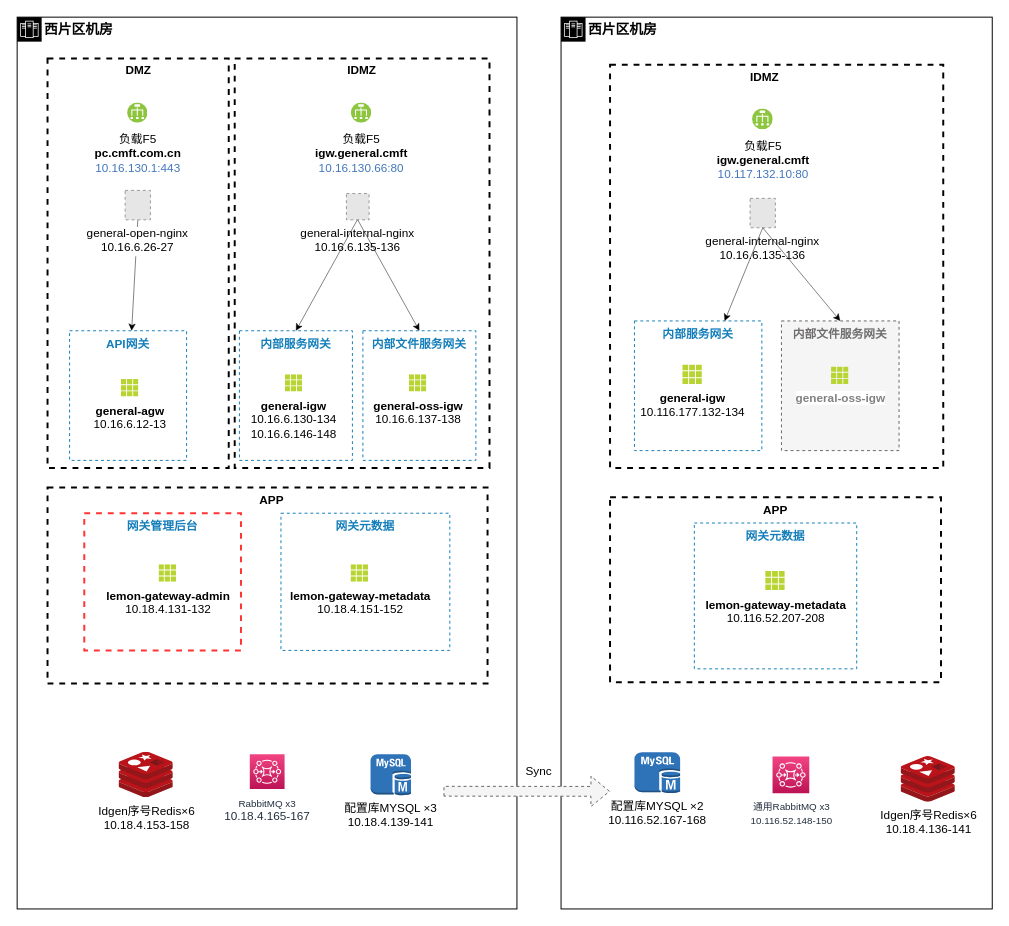
The draw.io diagram page "规划部署图" (2 of 2) of drawio/通用中台网关现状.drawio in hezhuma/image-repo, before the edit. Source tidied: cells renumbered, new cells numbered last; positions are measured from the earlier drawing's top-left corner, leaving out a move shared by most shapes. Both pictures are drawn from the tidied source at 98%, with x=0, y=0 at pixel (17, 17). Pictures stored in the file or linked from it are replaced by grey dashed boxes.
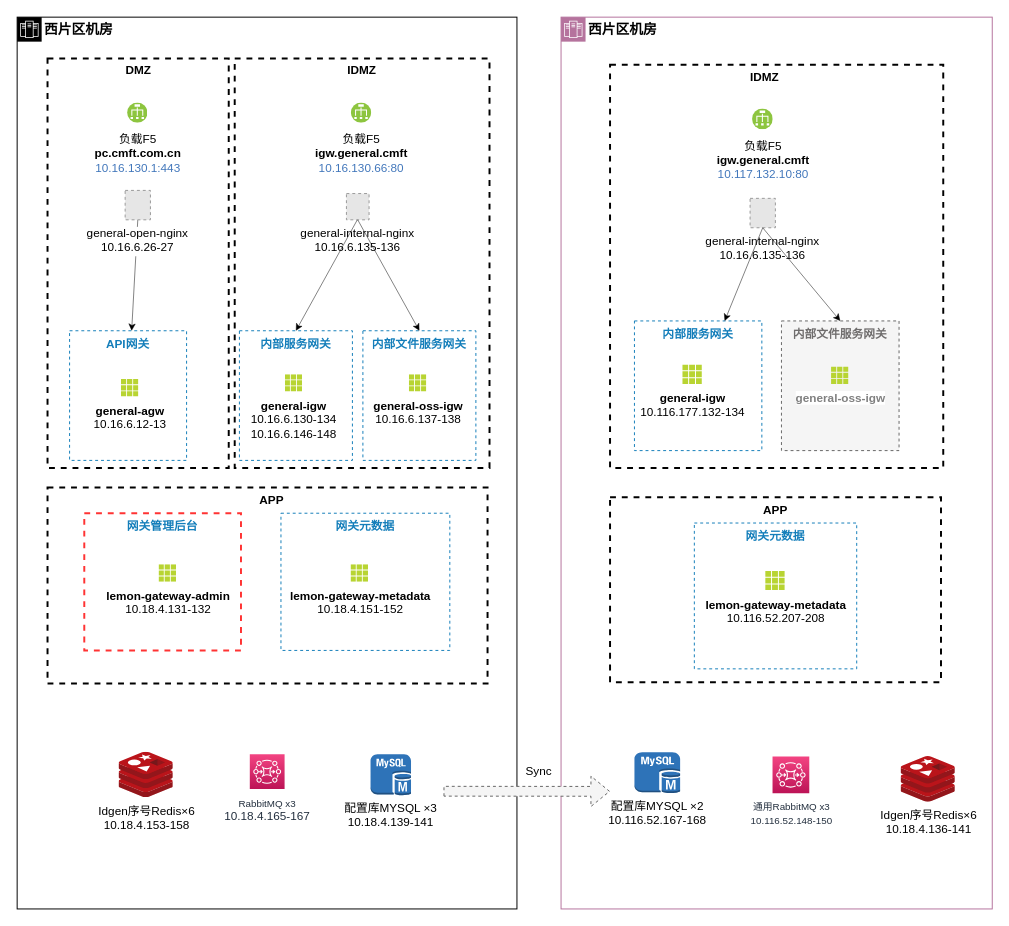
The same diagram, later.

Change to the diagram source:
```diff
@@
-    <mxCell id="2" value="&lt;b&gt;西片区机房&lt;/b&gt;" style="shape=mxgraph.ibm.box;prType=zone;fontStyle=0;verticalAlign=top;align=left;spacingLeft=32;spacingTop=4;rounded=0;whiteSpace=wrap;html=1;strokeWidth=1;dashed=0;spacing=-4;fontSize=14;" parent="1" vertex="1">
+    <mxCell id="2" value="&lt;b&gt;西片区机房&lt;/b&gt;" style="shape=mxgraph.ibm.box;prType=zone;fontStyle=0;verticalAlign=top;align=left;spacingLeft=32;spacingTop=4;rounded=0;whiteSpace=wrap;html=1;strokeWidth=1;dashed=0;spacing=-4;fontSize=14;strokeColor=#B5739D;" parent="1" vertex="1">
       <mxGeometry x="555" width="440" height="910" as="geometry" />
     </mxCell>
```
